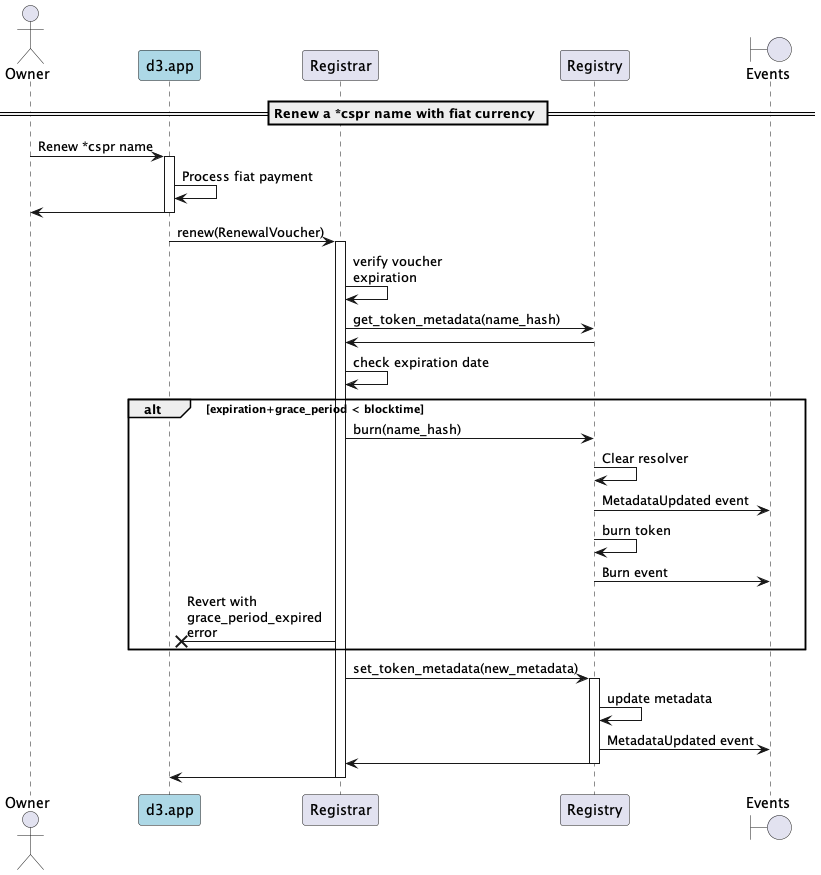
Earlier version of the PlantUML export docs/sequence-diagrams/puml/offchain-renewal.png (make-software/cspr-name-contracts).
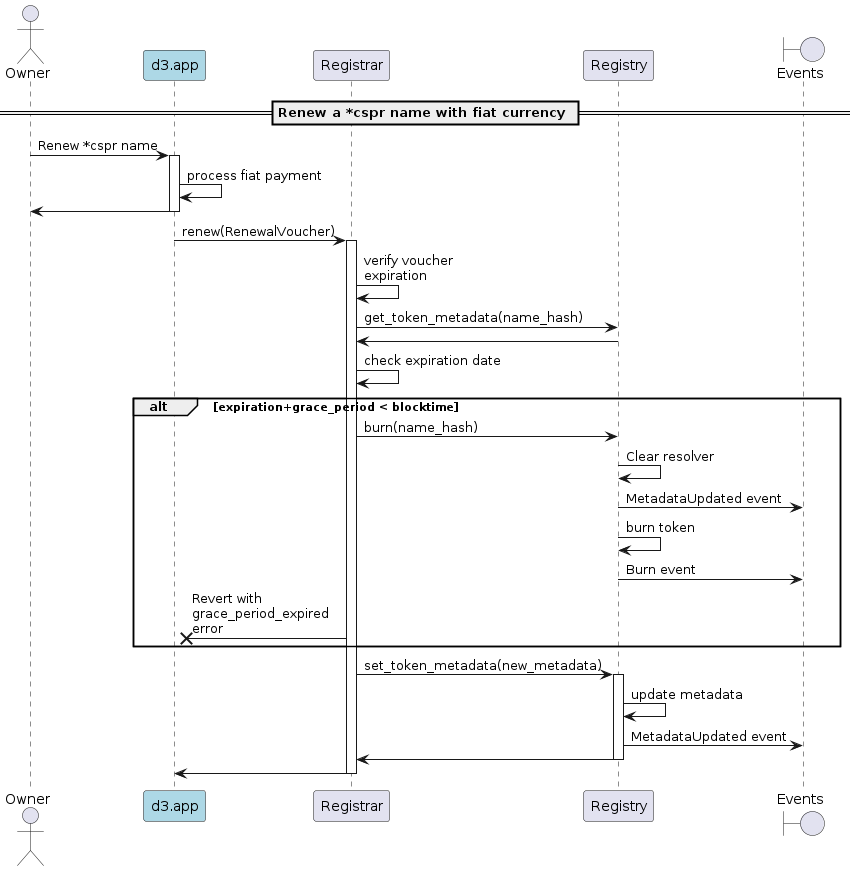
After the commit.

The edit, as a diff of the source:
```diff
@@ -10,7 +10,7 @@
 
 Owner -> d3: Renew *cspr name
 activate d3
-d3 -> d3: Process fiat payment
+d3 -> d3: process fiat payment
 d3 -> Owner
 deactivate d3
 
```
